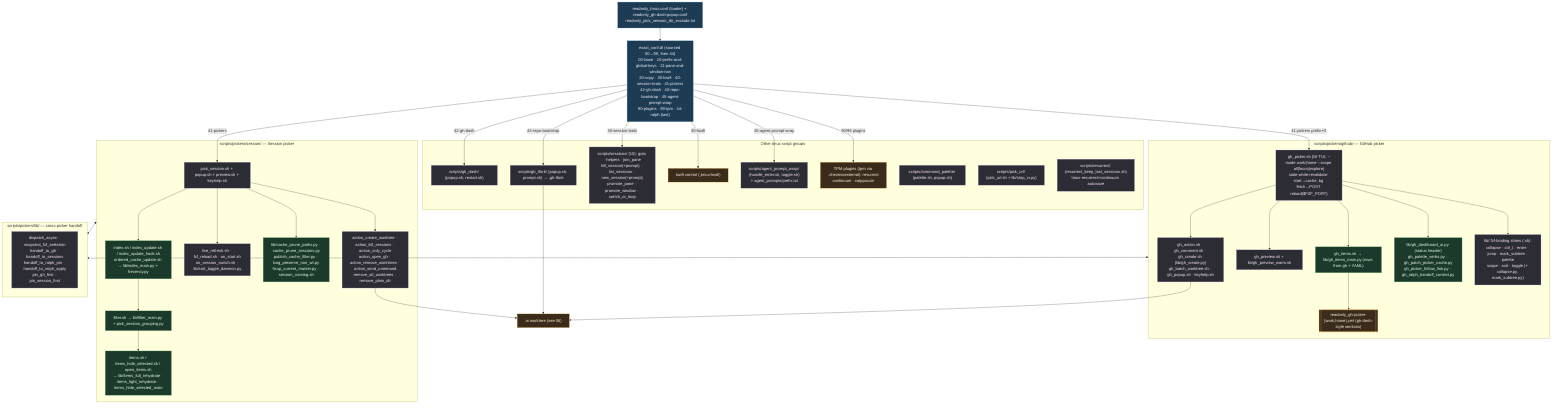
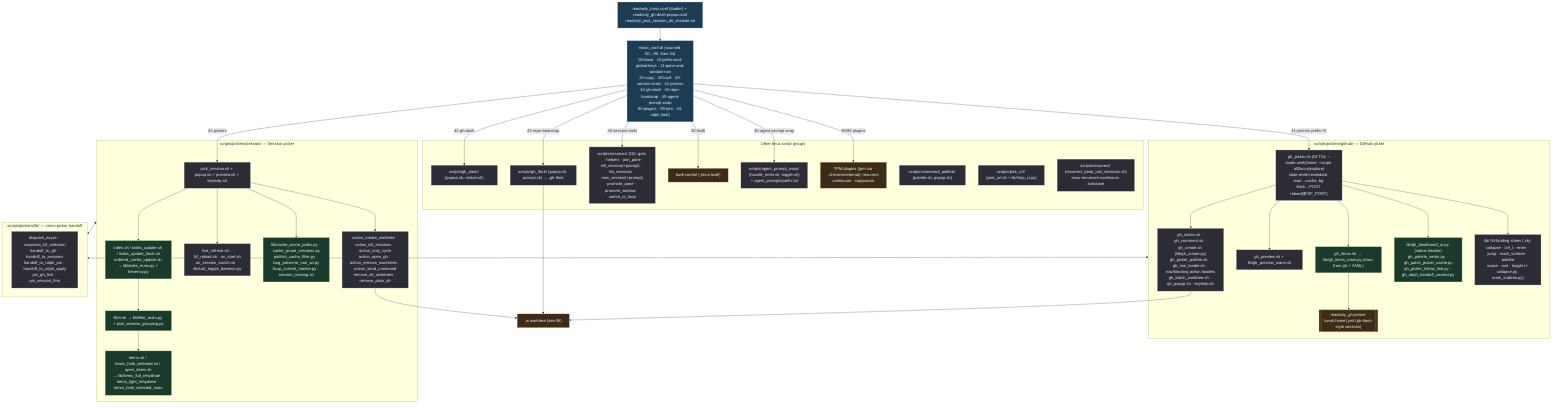
%% ============================================================================
- %% 05-tmux-pickers.mmd — Every file under home/dot_config/exact_tmux/ (117).
+ %% 05-tmux-pickers.mmd — Every file under home/dot_config/exact_tmux/ (118).
%% Loader sources conf.d/* in numeric order; scripts/ holds all integrations.
%% Deployed to ~/.config/tmux/. Prefix = C-Space.
%% ============================================================================
flowchart TD
    classDef conf fill:#1d3b53,stroke:#7fb3d5,color:#eaf2f8;
    classDef sh fill:#2c2c34,stroke:#b39ddb,color:#f3e5f5;
    classDef py fill:#1b3a2b,stroke:#81c784,color:#e8f5e9;
    classDef data fill:#3a2b1b,stroke:#ffb74d,color:#fff3e0;

    LOADER["readonly_tmux.conf (loader) + readonly_gh-dash-popup.conf<br/>readonly_pick_session_dir_exclude.txt"]:::conf
    LOADER --> CONFD["exact_conf.d/ (sourced 00→99, then 44)<br/>00-base · 10-prefix-and-global-keys · 11-pane-and-window-nav<br/>20-copy · 30-lowfi · 40-session-tools · 41-pickers<br/>42-gh-dash · 43-repo-bootstrap · 45-agent-prompt-wrap<br/>90-plugins · 99-tpm · 44-ralph (last)"]:::conf

    CONFD -->|41-pickers prefix+G| GHP
    CONFD -->|41-pickers| SESS
    CONFD -->|42-gh-dash| GHDASH
    CONFD -->|43-repo-bootstrap| TFORK
    CONFD -->|40-session-tools| SESSIONS
    CONFD -->|30-lowfi| LOWFI
    CONFD -->|45-agent-prompt-wrap| APW
    CONFD -->|90/99 plugins| PLUGINS

    subgraph GH["scripts/pickers/github/ — GitHub picker"]
        GHP["gh_picker.sh (fzf TUI; --mode work|home --scope all|focus|explore)<br/>stale-while-revalidate: start→cache, bg fetch→POST reload($FZF_PORT)"]:::sh
        GHITEMS["gh_items.sh → lib/gh_items_main.py (rows from gh + YAML)"]:::py
        GHCFG[["readonly_gh-picker-{work,home}.yml (gh-dash-style sections)"]]:::data
        GHPREV["gh_preview.sh + lib/gh_preview_warm.sh"]:::sh
-         GHACT["gh_action.sh · gh_comment.sh · gh_create.sh (lib/gh_create.py)<br/>gh_batch_worktree.sh · gh_popup.sh · keyhelp.sh"]:::sh
+         GHACT["gh_action.sh · gh_comment.sh · gh_create.sh (lib/gh_create.py)<br/>gh_picker_palette.sh · gh_row_loader.sh · row/blocking action loaders<br/>gh_batch_worktree.sh · gh_popup.sh · keyhelp.sh"]:::sh
        GHUI["lib/gh_dashboard_ui.py (status header)<br/>gh_palette_verbs.py · gh_patch_picker_cache.py<br/>gh_picker_follow_link.py · gh_ralph_handoff_context.py"]:::py
        GHBIND["lib/ fzf-binding shims (.sh):<br/>collapse · ctrl_t · enter · jump · mark_subtree · palette<br/>scope · sort · toggle (+ collapse.py, mark_subtree.py)"]:::sh
        GHP --> GHITEMS --> GHCFG
        GHP --> GHPREV & GHACT & GHUI & GHBIND
    end

    subgraph SE["scripts/pickers/session/ — Session picker"]
        SESS["pick_session.sh + popup.sh + preview.sh + keyhelp.sh"]:::sh
        SIDX["index.sh / index_update.sh / index_update_hook.sh<br/>ordered_cache_update.sh → lib/index_main.py + frecency.py"]:::py
        SFILT["filter.sh → lib/filter_main.py + pick_session_grouping.py"]:::py
        SITEMS["items.sh / items_hide_selected.sh / open_items.sh<br/>→ lib/items_full_rehydrate · items_light_rehydrate · items_hide_selected_main"]:::py
        SLIVE["live_refresh.sh · fzf_reload.sh · on_start.sh<br/>on_session_switch.sh · lib/sort_toggle_daemon.py"]:::sh
        SCACHE["lib/cache_prune_paths.py · cache_prune_sessions.py<br/>publish_cache_filter.py · bag_preserve_non_wt.py<br/>fixup_current_marker.py · session_naming.sh"]:::py
        SACT["action_create_worktree · action_kill_sessions · action_only_cycle<br/>action_open_gh · action_remove_worktrees · action_send_command<br/>remove_all_worktrees · remove_plain_dir"]:::sh
        SESS --> SIDX --> SFILT --> SITEMS
        SESS --> SLIVE & SCACHE & SACT
    end

    subgraph PLIB["scripts/pickers/lib/ — cross-picker handoff"]
        HO["dispatch_async · snapshot_fzf_selection<br/>handoff_to_gh · handoff_to_sessions<br/>handoff_to_ralph_pin · handoff_to_ralph_apply<br/>pin_gh_first · pin_session_first"]:::sh
    end
    GH <--> PLIB
    SE <--> PLIB

    subgraph OTHER["Other tmux script groups"]
        SESSIONS["scripts/sessions/ (10): goto · helpers · join_pane<br/>kill_session(+prompt) · list_sessions · new_session(+prompt)<br/>promote_pane · promote_window · switch_or_loop"]:::sh
        GHDASH["scripts/gh_dash/ (popup.sh, restart.sh)"]:::sh
        TFORK["scripts/gh_tfork/ (popup.sh, prompt.sh) → ,gh-tfork"]:::sh
        CMDP["scripts/command_palette/ (palette.sh, popup.sh)"]:::sh
        PURL["scripts/pick_url/ (pick_url.sh + lib/strip_cr.py)"]:::sh
        APW["scripts/agent_prompt_wrap/ (handle_enter.sh, toggle.sh)<br/>+ agent_prompts/prefix.txt"]:::sh
        RESUR["scripts/resurrect/ (resurrect_keep_last_sessions.sh)<br/>tmux-resurrect+continuum autosave"]:::sh
        LOWFI["lowfi control (,tmux-lowfi)"]:::data
        PLUGINS["TPM plugins (tpm via .chezmoiexternal): resurrect<br/>continuum · catppuccin"]:::data
    end
    SACT --> WLINK[",w worktree (see 06)"]:::data
    GHACT --> WLINK
    TFORK --> WLINK
